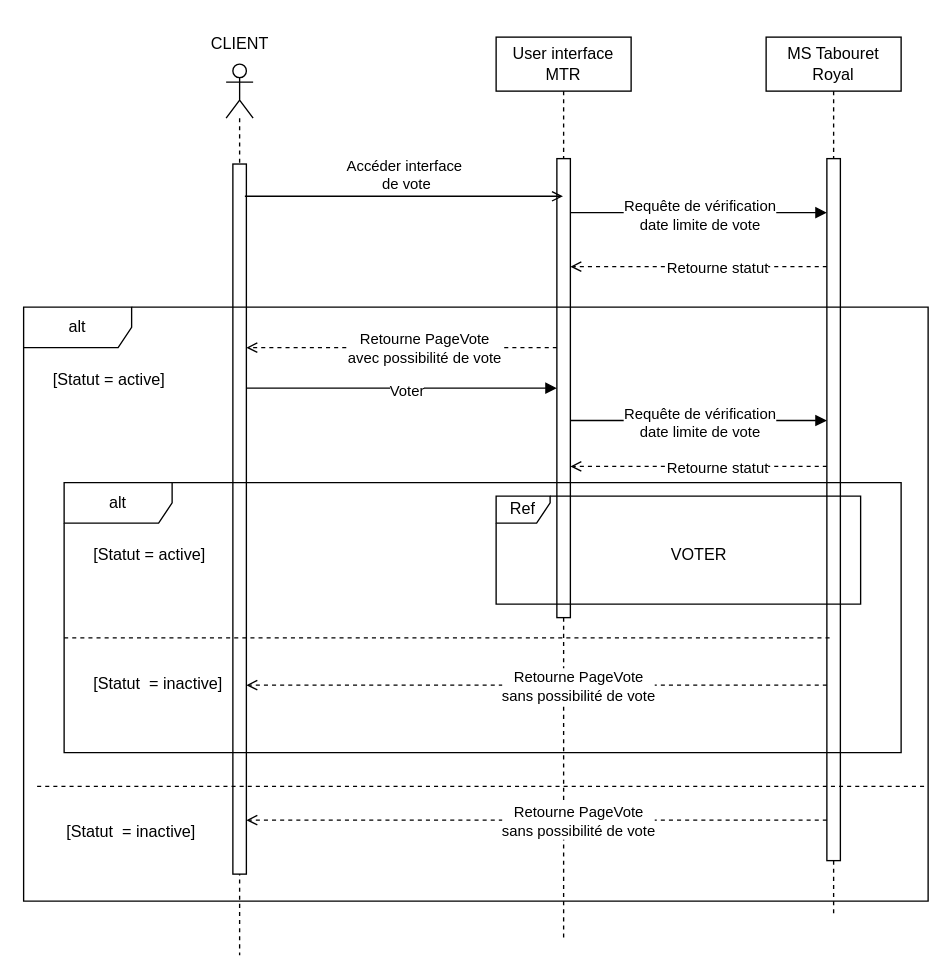
Earlier version of the draw.io diagram page "DS-VOTER" (4 of 10) of Diagramme tabouret royal.drawio (Kaji17/Diagramme-UML). Source tidied: cells renumbered, new cells numbered last; positions are measured from the earlier drawing's top-left corner, leaving out a move shared by most shapes. Both pictures are drawn from the tidied source at 135%, with x=0, y=0 at pixel (23, 23).
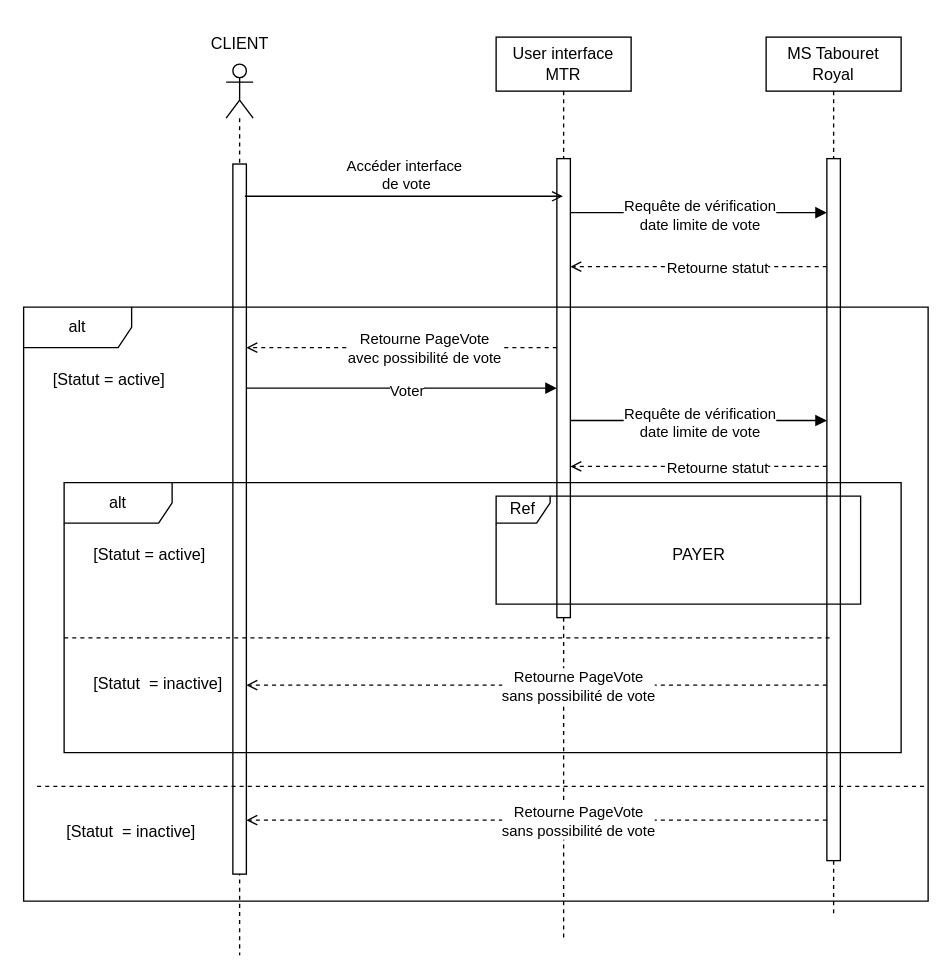
Above is the later version.

Unchanged cells that the change refers to:
```xml
<mxCell id="21" value="Ref" style="shape=umlFrame;whiteSpace=wrap;html=1;width=40;fillStyle=auto;height=20;" parent="19" vertex="1">
  <mxGeometry x="320" y="10" width="270" height="80" as="geometry" />
</mxCell>
```

Change to the diagram source:
```diff
@@
-    <mxCell id="22" value="VOTER" style="text;align=center;html=1;" parent="21" vertex="1">
+    <mxCell id="22" value="PAYER" style="text;align=center;html=1;" parent="21" vertex="1">
       <mxGeometry width="100" height="20" relative="1" as="geometry">
         <mxPoint x="100" y="30" as="offset" />
       </mxGeometry>
     </mxCell>
```
